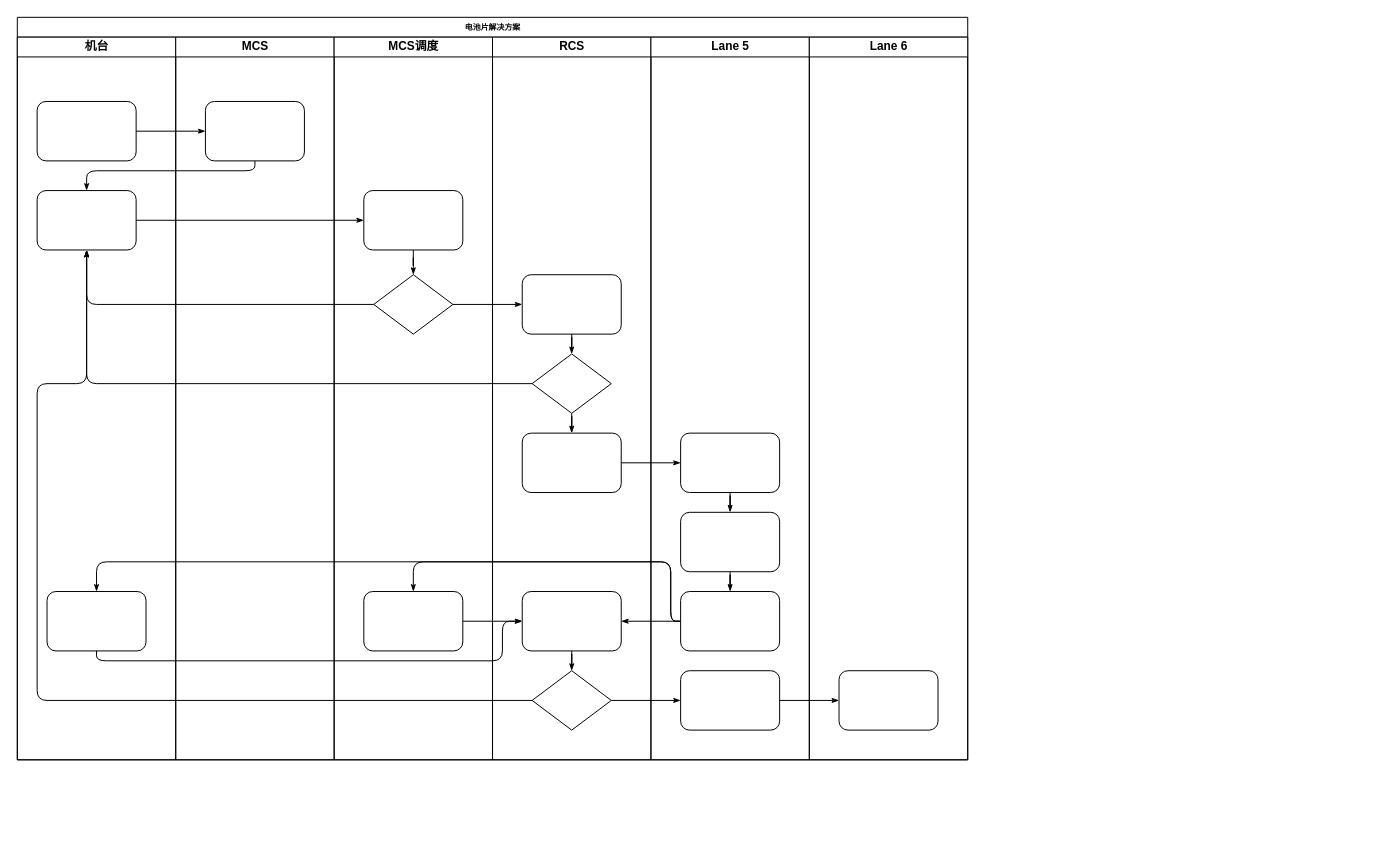
yingxuanxuan/yingxuanxuan.github.io keeps this draw.io diagram as 未命名绘图.drawio. Above is the earlier version. Source tidied: cells renumbered, new cells numbered last; positions are measured from the earlier drawing's top-left corner, leaving out a move shared by most shapes. Both pictures are drawn from the tidied source at 99%, with x=0, y=0 at pixel (17, 17).
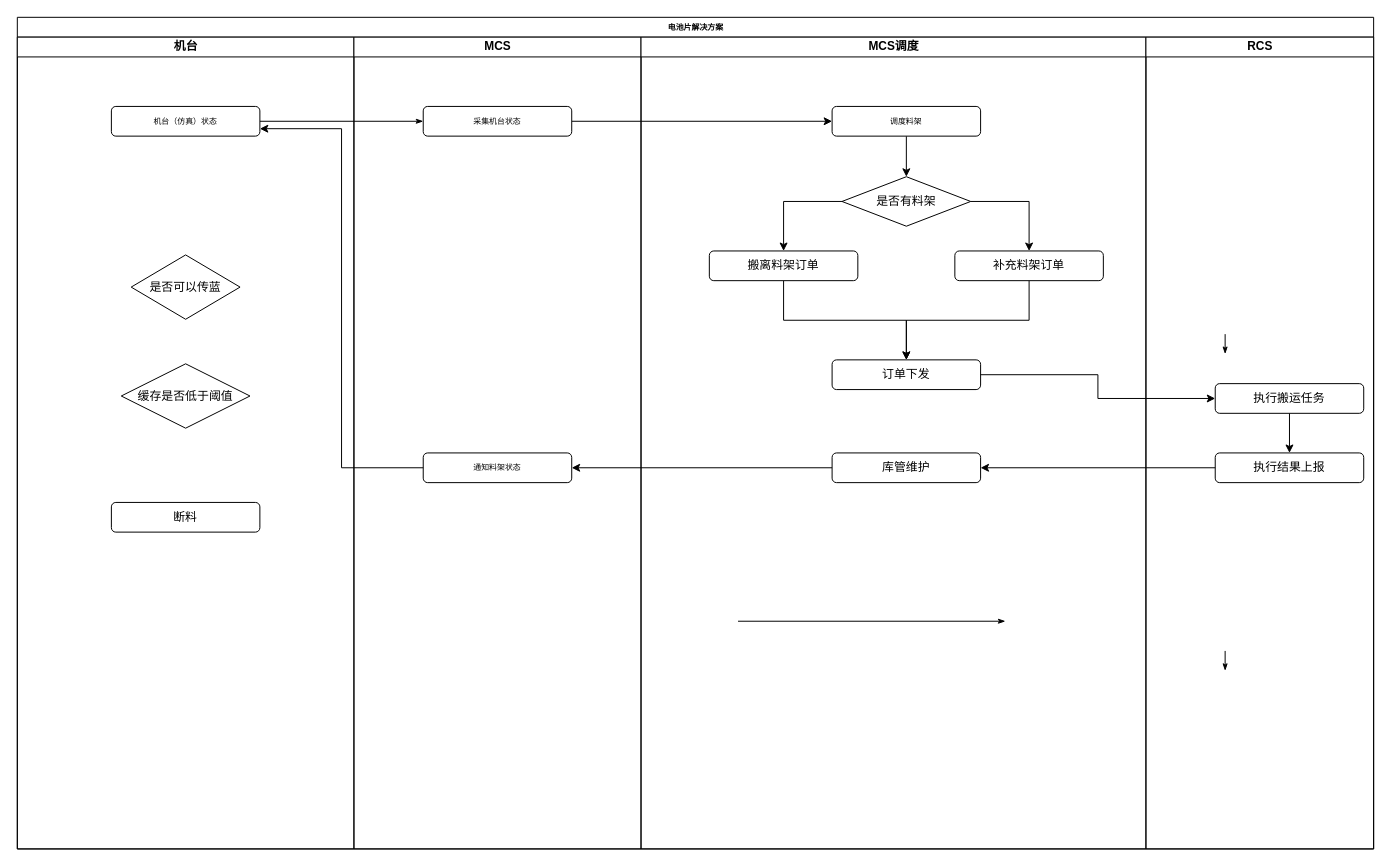
The same page after the edit.

Commit message (it also covers changes not shown here):
更新未命名绘图.drawio

The edit, as a diff of the source:
```diff
@@
     <mxCell id="2" value="电池片解决方案" style="swimlane;html=1;startSize=20;rounded=0;shadow=0;labelBackgroundColor=none;strokeWidth=1;fontFamily=Verdana;fontSize=8;align=center;" parent="1" vertex="1">
-      <mxGeometry width="960" height="750" as="geometry" />
+      <mxGeometry width="1370" height="840" as="geometry" />
     </mxCell>
+    <mxCell id="7" style="edgeStyle=orthogonalEdgeStyle;rounded=1;html=1;labelBackgroundColor=none;startArrow=none;startFill=0;startSize=5;endArrow=classicThin;endFill=1;endSize=5;jettySize=auto;strokeWidth=1;fontFamily=Verdana;fontSize=8;" parent="2" edge="1" source="4" target="23">
+      <mxGeometry relative="1" as="geometry" />
+    </mxCell>
+    <mxCell id="18" style="edgeStyle=orthogonalEdgeStyle;rounded=1;html=1;labelBackgroundColor=none;startArrow=none;startFill=0;startSize=5;endArrow=classicThin;endFill=1;endSize=5;jettySize=auto;orthogonalLoop=1;strokeColor=#000000;strokeWidth=1;fontFamily=Verdana;fontSize=8;fontColor=#000000;" parent="2" edge="1">
+      <mxGeometry relative="1" as="geometry">
+        <mxPoint x="728" y="610" as="sourcePoint" />
+        <mxPoint x="998" y="610" as="targetPoint" />
+      </mxGeometry>
+    </mxCell>
+    <mxCell id="47" style="edgeStyle=orthogonalEdgeStyle;rounded=0;jettySize=auto;html=1;exitX=1;exitY=0.5;exitDx=0;exitDy=0;entryX=0;entryY=0.5;entryDx=0;entryDy=0;" parent="2" edge="1" source="23" target="25">
+      <mxGeometry relative="1" as="geometry" />
+    </mxCell>
     <mxCell id="3" value="机台" style="swimlane;html=1;startSize=20;" parent="2" vertex="1">
-      <mxGeometry y="20" width="160" height="730" as="geometry" />
+      <mxGeometry y="20" width="340" height="820" as="geometry" />
     </mxCell>
-    <mxCell id="4" style="rounded=1;whiteSpace=wrap;html=1;shadow=0;labelBackgroundColor=none;strokeWidth=1;fontFamily=Verdana;fontSize=8;align=center;" parent="3" vertex="1">
-      <mxGeometry x="20" y="65" width="100" height="60" as="geometry" />
+    <mxCell id="4" value="机台（仿真）状态" style="rounded=1;whiteSpace=wrap;html=1;shadow=0;labelBackgroundColor=none;strokeWidth=1;fontFamily=Verdana;fontSize=8;align=center;" parent="3" vertex="1">
+      <mxGeometry x="95" y="70" width="150" height="30" as="geometry" />
     </mxCell>
-    <mxCell id="5" style="rounded=1;whiteSpace=wrap;html=1;shadow=0;labelBackgroundColor=none;strokeWidth=1;fontFamily=Verdana;fontSize=8;align=center;" parent="3" vertex="1">
-      <mxGeometry x="20" y="155" width="100" height="60" as="geometry" />
-    </mxCell>
-    <mxCell id="6" style="rounded=1;whiteSpace=wrap;html=1;shadow=0;labelBackgroundColor=none;strokeWidth=1;fontFamily=Verdana;fontSize=8;align=center;" parent="3" vertex="1">
-      <mxGeometry x="30" y="560" width="100" height="60" as="geometry" />
-    </mxCell>
-    <mxCell id="7" style="edgeStyle=orthogonalEdgeStyle;rounded=1;html=1;labelBackgroundColor=none;startArrow=none;startFill=0;startSize=5;endArrow=classicThin;endFill=1;endSize=5;jettySize=auto;strokeWidth=1;fontFamily=Verdana;fontSize=8;" parent="2" edge="1" source="4" target="23">
-      <mxGeometry relative="1" as="geometry" />
-    </mxCell>
-    <mxCell id="8" style="edgeStyle=orthogonalEdgeStyle;rounded=1;html=1;labelBackgroundColor=none;startArrow=none;startFill=0;startSize=5;endArrow=classicThin;endFill=1;endSize=5;jettySize=auto;strokeWidth=1;fontFamily=Verdana;fontSize=8;" parent="2" edge="1" source="23" target="5">
-      <mxGeometry relative="1" as="geometry">
-        <Array as="points">
-          <mxPoint x="240" y="155" />
-          <mxPoint x="70" y="155" />
-        </Array>
-      </mxGeometry>
-    </mxCell>
-    <mxCell id="9" style="edgeStyle=orthogonalEdgeStyle;rounded=1;html=1;labelBackgroundColor=none;startArrow=none;startFill=0;startSize=5;endArrow=classicThin;endFill=1;endSize=5;jettySize=auto;strokeWidth=1;fontFamily=Verdana;fontSize=8;" parent="2" edge="1" source="5" target="25">
-      <mxGeometry relative="1" as="geometry" />
-    </mxCell>
-    <mxCell id="10" style="edgeStyle=orthogonalEdgeStyle;rounded=1;html=1;labelBackgroundColor=none;startArrow=none;startFill=0;startSize=5;endArrow=classicThin;endFill=1;endSize=5;jettySize=auto;strokeWidth=1;fontFamily=Verdana;fontSize=8;" parent="2" edge="1" source="26" target="5">
-      <mxGeometry relative="1" as="geometry" />
-    </mxCell>
-    <mxCell id="11" style="edgeStyle=orthogonalEdgeStyle;rounded=1;html=1;labelBackgroundColor=none;startArrow=none;startFill=0;startSize=5;endArrow=classicThin;endFill=1;endSize=5;jettySize=auto;strokeWidth=1;fontFamily=Verdana;fontSize=8;" parent="2" edge="1" source="31" target="5">
-      <mxGeometry relative="1" as="geometry" />
-    </mxCell>
-    <mxCell id="12" style="edgeStyle=orthogonalEdgeStyle;rounded=1;html=1;labelBackgroundColor=none;startArrow=none;startFill=0;startSize=5;endArrow=classicThin;endFill=1;endSize=5;jettySize=auto;strokeWidth=1;fontFamily=Verdana;fontSize=8;" parent="2" edge="1" source="34" target="5">
-      <mxGeometry relative="1" as="geometry">
-        <Array as="points">
-          <mxPoint x="20" y="690" />
-          <mxPoint x="20" y="370" />
-          <mxPoint x="70" y="370" />
-        </Array>
-      </mxGeometry>
-    </mxCell>
-    <mxCell id="13" style="edgeStyle=orthogonalEdgeStyle;rounded=1;html=1;labelBackgroundColor=none;startArrow=none;startFill=0;startSize=5;endArrow=classicThin;endFill=1;endSize=5;jettySize=auto;strokeWidth=1;fontFamily=Verdana;fontSize=8;" parent="2" edge="1" source="26" target="30">
-      <mxGeometry relative="1" as="geometry" />
-    </mxCell>
-    <mxCell id="14" style="edgeStyle=orthogonalEdgeStyle;rounded=1;html=1;labelBackgroundColor=none;startArrow=none;startFill=0;startSize=5;endArrow=classicThin;endFill=1;endSize=5;jettySize=auto;strokeWidth=1;fontFamily=Verdana;fontSize=8;" parent="2" edge="1" source="34" target="42">
-      <mxGeometry relative="1" as="geometry" />
-    </mxCell>
-    <mxCell id="15" style="edgeStyle=orthogonalEdgeStyle;rounded=1;html=1;labelBackgroundColor=none;startArrow=none;startFill=0;startSize=5;endArrow=classicThin;endFill=1;endSize=5;jettySize=auto;strokeWidth=1;fontFamily=Verdana;fontSize=8;" parent="2" edge="1" source="42" target="46">
-      <mxGeometry relative="1" as="geometry" />
-    </mxCell>
-    <mxCell id="16" style="edgeStyle=orthogonalEdgeStyle;rounded=1;html=1;labelBackgroundColor=none;startArrow=none;startFill=0;startSize=5;endArrow=classicThin;endFill=1;endSize=5;jettySize=auto;strokeWidth=1;fontFamily=Verdana;fontSize=8;" parent="2" edge="1" source="32" target="39">
-      <mxGeometry relative="1" as="geometry" />
-    </mxCell>
-    <mxCell id="17" style="edgeStyle=orthogonalEdgeStyle;rounded=1;html=1;labelBackgroundColor=none;startArrow=none;startFill=0;startSize=5;endArrow=classicThin;endFill=1;endSize=5;jettySize=auto;strokeWidth=1;fontFamily=Verdana;fontSize=8;" parent="2" edge="1" source="41" target="27">
-      <mxGeometry relative="1" as="geometry">
-        <Array as="points">
-          <mxPoint x="660" y="610" />
-          <mxPoint x="660" y="550" />
-          <mxPoint x="400" y="550" />
-        </Array>
-      </mxGeometry>
-    </mxCell>
-    <mxCell id="18" style="edgeStyle=orthogonalEdgeStyle;rounded=1;html=1;labelBackgroundColor=none;startArrow=none;startFill=0;startSize=5;endArrow=classicThin;endFill=1;endSize=5;jettySize=auto;strokeColor=#000000;strokeWidth=1;fontFamily=Verdana;fontSize=8;fontColor=#000000;" parent="2" edge="1" source="41" target="33">
-      <mxGeometry relative="1" as="geometry" />
-    </mxCell>
-    <mxCell id="19" style="edgeStyle=orthogonalEdgeStyle;rounded=1;html=1;labelBackgroundColor=none;startArrow=none;startFill=0;startSize=5;endArrow=classicThin;endFill=1;endSize=5;jettySize=auto;strokeWidth=1;fontFamily=Verdana;fontSize=8;" parent="2" edge="1" source="41" target="6">
-      <mxGeometry relative="1" as="geometry">
-        <Array as="points">
-          <mxPoint x="660" y="610" />
-          <mxPoint x="660" y="550" />
-          <mxPoint x="80" y="550" />
-        </Array>
-      </mxGeometry>
-    </mxCell>
-    <mxCell id="20" style="edgeStyle=orthogonalEdgeStyle;rounded=1;html=1;labelBackgroundColor=none;startArrow=none;startFill=0;startSize=5;endArrow=classicThin;endFill=1;endSize=5;jettySize=auto;strokeWidth=1;fontFamily=Verdana;fontSize=8;" parent="2" edge="1" source="6" target="33">
-      <mxGeometry relative="1" as="geometry">
-        <Array as="points">
-          <mxPoint x="80" y="650" />
-          <mxPoint x="490" y="650" />
-          <mxPoint x="490" y="610" />
-        </Array>
-      </mxGeometry>
-    </mxCell>
-    <mxCell id="21" style="edgeStyle=orthogonalEdgeStyle;rounded=1;html=1;labelBackgroundColor=none;startArrow=none;startFill=0;startSize=5;endArrow=classicThin;endFill=1;endSize=5;jettySize=auto;strokeWidth=1;fontFamily=Verdana;fontSize=8;" parent="2" edge="1" source="27" target="33">
-      <mxGeometry relative="1" as="geometry" />
-    </mxCell>
+    <mxCell id="48" value="缓存是否低于阈值" style="rhombus;whiteSpace=wrap;html=1;" parent="3" vertex="1">
+      <mxGeometry x="105" y="330" width="130" height="65" as="geometry" />
+    </mxCell>
+    <mxCell id="49" value="断料" style="rounded=1;whiteSpace=wrap;html=1;" parent="3" vertex="1">
+      <mxGeometry x="95" y="470" width="150" height="30" as="geometry" />
+    </mxCell>
+    <mxCell id="50" value="是否可以传蓝" style="rhombus;whiteSpace=wrap;html=1;" parent="3" vertex="1">
+      <mxGeometry x="115" y="220" width="110" height="65" as="geometry" />
+    </mxCell>
     <mxCell id="22" value="MCS" style="swimlane;html=1;startSize=20;" parent="2" vertex="1">
-      <mxGeometry x="160" y="20" width="160" height="730" as="geometry" />
+      <mxGeometry x="340" y="20" width="290" height="820" as="geometry" />
     </mxCell>
-    <mxCell id="23" style="rounded=1;whiteSpace=wrap;html=1;shadow=0;labelBackgroundColor=none;strokeWidth=1;fontFamily=Verdana;fontSize=8;align=center;" parent="22" vertex="1">
-      <mxGeometry x="30" y="65" width="100" height="60" as="geometry" />
+    <mxCell id="23" value="采集机台状态" style="rounded=1;whiteSpace=wrap;html=1;shadow=0;labelBackgroundColor=none;strokeWidth=1;fontFamily=Verdana;fontSize=8;align=center;" parent="22" vertex="1">
+      <mxGeometry x="70" y="70" width="150" height="30" as="geometry" />
     </mxCell>
+    <mxCell id="51" value="通知料架状态" style="rounded=1;whiteSpace=wrap;html=1;shadow=0;labelBackgroundColor=none;strokeWidth=1;fontFamily=Verdana;fontSize=8;align=center;" parent="22" vertex="1">
+      <mxGeometry x="70" y="420" width="150" height="30" as="geometry" />
+    </mxCell>
     <mxCell id="24" value="MCS调度" style="swimlane;html=1;startSize=20;" parent="2" vertex="1">
-      <mxGeometry x="320" y="20" width="160" height="730" as="geometry" />
+      <mxGeometry x="630" y="20" width="510" height="820" as="geometry" />
     </mxCell>
+    <mxCell id="52" style="edgeStyle=orthogonalEdgeStyle;rounded=0;jettySize=auto;html=1;exitX=0.5;exitY=1;exitDx=0;exitDy=0;entryX=0.5;entryY=0;entryDx=0;entryDy=0;" parent="24" edge="1" source="25" target="57">
+      <mxGeometry relative="1" as="geometry" />
+    </mxCell>
-    <mxCell id="25" style="rounded=1;whiteSpace=wrap;html=1;shadow=0;labelBackgroundColor=none;strokeWidth=1;fontFamily=Verdana;fontSize=8;align=center;" parent="24" vertex="1">
-      <mxGeometry x="30" y="155" width="100" height="60" as="geometry" />
+    <mxCell id="25" value="调度料架" style="rounded=1;whiteSpace=wrap;html=1;shadow=0;labelBackgroundColor=none;strokeWidth=1;fontFamily=Verdana;fontSize=8;align=center;" parent="24" vertex="1">
+      <mxGeometry x="193" y="70" width="150" height="30" as="geometry" />
     </mxCell>
-    <mxCell id="26" style="rhombus;whiteSpace=wrap;html=1;rounded=0;shadow=0;labelBackgroundColor=none;strokeWidth=1;fontFamily=Verdana;fontSize=8;align=center;" parent="24" vertex="1">
-      <mxGeometry x="40" y="240" width="80" height="60" as="geometry" />
-    </mxCell>
-    <mxCell id="27" style="rounded=1;whiteSpace=wrap;html=1;shadow=0;labelBackgroundColor=none;strokeWidth=1;fontFamily=Verdana;fontSize=8;align=center;" parent="24" vertex="1">
-      <mxGeometry x="30" y="560" width="100" height="60" as="geometry" />
-    </mxCell>
-    <mxCell id="28" style="edgeStyle=orthogonalEdgeStyle;rounded=1;html=1;labelBackgroundColor=none;startArrow=none;startFill=0;startSize=5;endArrow=classicThin;endFill=1;endSize=5;jettySize=auto;strokeWidth=1;fontFamily=Verdana;fontSize=8;" parent="24" edge="1" source="25" target="26">
-      <mxGeometry relative="1" as="geometry" />
-    </mxCell>
+    <mxCell id="53" style="edgeStyle=orthogonalEdgeStyle;rounded=0;jettySize=auto;html=1;" parent="24" edge="1" source="54" target="60">
+      <mxGeometry relative="1" as="geometry" />
+    </mxCell>
+    <mxCell id="54" value="补充料架订单" style="rounded=1;whiteSpace=wrap;html=1;" parent="24" vertex="1">
+      <mxGeometry x="317" y="216" width="150" height="30" as="geometry" />
+    </mxCell>
+    <mxCell id="55" style="edgeStyle=orthogonalEdgeStyle;rounded=0;jettySize=auto;html=1;exitX=1;exitY=0.5;exitDx=0;exitDy=0;entryX=0.5;entryY=0;entryDx=0;entryDy=0;" parent="24" edge="1" source="57" target="54">
+      <mxGeometry relative="1" as="geometry" />
+    </mxCell>
+    <mxCell id="56" style="edgeStyle=orthogonalEdgeStyle;rounded=0;jettySize=auto;html=1;exitX=0;exitY=0.5;exitDx=0;exitDy=0;" parent="24" edge="1" source="57" target="59">
+      <mxGeometry relative="1" as="geometry" />
+    </mxCell>
+    <mxCell id="57" value="是否有料架" style="rhombus;whiteSpace=wrap;html=1;" parent="24" vertex="1">
+      <mxGeometry x="203" y="141" width="130" height="50" as="geometry" />
+    </mxCell>
+    <mxCell id="58" style="edgeStyle=orthogonalEdgeStyle;rounded=0;jettySize=auto;html=1;" parent="24" edge="1" source="59" target="60">
+      <mxGeometry relative="1" as="geometry" />
+    </mxCell>
+    <mxCell id="59" value="搬离料架订单" style="rounded=1;whiteSpace=wrap;html=1;" parent="24" vertex="1">
+      <mxGeometry x="69" y="216" width="150" height="30" as="geometry" />
+    </mxCell>
+    <mxCell id="60" value="订单下发" style="rounded=1;whiteSpace=wrap;html=1;" parent="24" vertex="1">
+      <mxGeometry x="193" y="326" width="150" height="30" as="geometry" />
+    </mxCell>
+    <mxCell id="61" value="库管维护" style="rounded=1;whiteSpace=wrap;html=1;" parent="24" vertex="1">
+      <mxGeometry x="193" y="420" width="150" height="30" as="geometry" />
+    </mxCell>
     <mxCell id="29" value="RCS" style="swimlane;html=1;startSize=20;" parent="2" vertex="1">
-      <mxGeometry x="480" y="20" width="160" height="730" as="geometry" />
+      <mxGeometry x="1140" y="20" width="230" height="820" as="geometry" />
     </mxCell>
-    <mxCell id="30" style="rounded=1;whiteSpace=wrap;html=1;shadow=0;labelBackgroundColor=none;strokeWidth=1;fontFamily=Verdana;fontSize=8;align=center;" parent="29" vertex="1">
-      <mxGeometry x="30" y="240" width="100" height="60" as="geometry" />
-    </mxCell>
-    <mxCell id="31" style="rhombus;whiteSpace=wrap;html=1;rounded=0;shadow=0;labelBackgroundColor=none;strokeWidth=1;fontFamily=Verdana;fontSize=8;align=center;" parent="29" vertex="1">
-      <mxGeometry x="40" y="320" width="80" height="60" as="geometry" />
-    </mxCell>
-    <mxCell id="32" style="rounded=1;whiteSpace=wrap;html=1;shadow=0;labelBackgroundColor=none;strokeWidth=1;fontFamily=Verdana;fontSize=8;align=center;" parent="29" vertex="1">
-      <mxGeometry x="30" y="400" width="100" height="60" as="geometry" />
-    </mxCell>
-    <mxCell id="33" style="rounded=1;whiteSpace=wrap;html=1;shadow=0;labelBackgroundColor=none;strokeWidth=1;fontFamily=Verdana;fontSize=8;align=center;" parent="29" vertex="1">
-      <mxGeometry x="30" y="560" width="100" height="60" as="geometry" />
-    </mxCell>
-    <mxCell id="34" style="rhombus;whiteSpace=wrap;html=1;rounded=0;shadow=0;labelBackgroundColor=none;strokeWidth=1;fontFamily=Verdana;fontSize=8;align=center;" parent="29" vertex="1">
-      <mxGeometry x="40" y="640" width="80" height="60" as="geometry" />
-    </mxCell>
-    <mxCell id="35" style="edgeStyle=orthogonalEdgeStyle;rounded=1;html=1;labelBackgroundColor=none;startArrow=none;startFill=0;startSize=5;endArrow=classicThin;endFill=1;endSize=5;jettySize=auto;strokeColor=#000000;strokeWidth=1;fontFamily=Verdana;fontSize=8;fontColor=#000000;" parent="29" edge="1" source="30" target="31">
-      <mxGeometry relative="1" as="geometry" />
+    <mxCell id="35" style="edgeStyle=orthogonalEdgeStyle;rounded=1;html=1;labelBackgroundColor=none;startArrow=none;startFill=0;startSize=5;endArrow=classicThin;endFill=1;endSize=5;jettySize=auto;orthogonalLoop=1;strokeColor=#000000;strokeWidth=1;fontFamily=Verdana;fontSize=8;fontColor=#000000;" parent="29" edge="1">
+      <mxGeometry relative="1" as="geometry">
+        <mxPoint x="80" y="300" as="sourcePoint" />
+        <mxPoint x="80" y="320" as="targetPoint" />
+      </mxGeometry>
     </mxCell>
-    <mxCell id="36" style="edgeStyle=orthogonalEdgeStyle;rounded=1;html=1;labelBackgroundColor=none;startArrow=none;startFill=0;startSize=5;endArrow=classicThin;endFill=1;endSize=5;jettySize=auto;strokeWidth=1;fontFamily=Verdana;fontSize=8;" parent="29" edge="1" source="31" target="32">
-      <mxGeometry relative="1" as="geometry" />
-    </mxCell>
-    <mxCell id="37" style="edgeStyle=orthogonalEdgeStyle;rounded=1;html=1;labelBackgroundColor=none;startArrow=none;startFill=0;startSize=5;endArrow=classicThin;endFill=1;endSize=5;jettySize=auto;strokeWidth=1;fontFamily=Verdana;fontSize=8;" parent="29" edge="1" source="33" target="34">
-      <mxGeometry relative="1" as="geometry" />
+    <mxCell id="37" style="edgeStyle=orthogonalEdgeStyle;rounded=1;html=1;labelBackgroundColor=none;startArrow=none;startFill=0;startSize=5;endArrow=classicThin;endFill=1;endSize=5;jettySize=auto;orthogonalLoop=1;strokeWidth=1;fontFamily=Verdana;fontSize=8;" parent="29" edge="1">
+      <mxGeometry relative="1" as="geometry">
+        <mxPoint x="80" y="620" as="sourcePoint" />
+        <mxPoint x="80" y="640" as="targetPoint" />
+      </mxGeometry>
     </mxCell>
-    <mxCell id="38" value="Lane 5" style="swimlane;html=1;startSize=20;" parent="2" vertex="1">
-      <mxGeometry x="640" y="20" width="160" height="730" as="geometry" />
-    </mxCell>
-    <mxCell id="39" style="rounded=1;whiteSpace=wrap;html=1;shadow=0;labelBackgroundColor=none;strokeWidth=1;fontFamily=Verdana;fontSize=8;align=center;" parent="38" vertex="1">
-      <mxGeometry x="30" y="400" width="100" height="60" as="geometry" />
-    </mxCell>
-    <mxCell id="40" style="rounded=1;whiteSpace=wrap;html=1;shadow=0;labelBackgroundColor=none;strokeWidth=1;fontFamily=Verdana;fontSize=8;align=center;" parent="38" vertex="1">
-      <mxGeometry x="30" y="480" width="100" height="60" as="geometry" />
-    </mxCell>
-    <mxCell id="41" style="rounded=1;whiteSpace=wrap;html=1;shadow=0;labelBackgroundColor=none;strokeWidth=1;fontFamily=Verdana;fontSize=8;align=center;" parent="38" vertex="1">
-      <mxGeometry x="30" y="560" width="100" height="60" as="geometry" />
-    </mxCell>
-    <mxCell id="42" style="rounded=1;whiteSpace=wrap;html=1;shadow=0;labelBackgroundColor=none;strokeWidth=1;fontFamily=Verdana;fontSize=8;align=center;" parent="38" vertex="1">
-      <mxGeometry x="30" y="640" width="100" height="60" as="geometry" />
-    </mxCell>
-    <mxCell id="43" style="edgeStyle=orthogonalEdgeStyle;rounded=1;html=1;labelBackgroundColor=none;startArrow=none;startFill=0;startSize=5;endArrow=classicThin;endFill=1;endSize=5;jettySize=auto;strokeWidth=1;fontFamily=Verdana;fontSize=8;" parent="38" edge="1" source="39" target="40">
-      <mxGeometry relative="1" as="geometry" />
-    </mxCell>
-    <mxCell id="44" style="edgeStyle=orthogonalEdgeStyle;rounded=1;html=1;labelBackgroundColor=none;startArrow=none;startFill=0;startSize=5;endArrow=classicThin;endFill=1;endSize=5;jettySize=auto;strokeWidth=1;fontFamily=Verdana;fontSize=8;" parent="38" edge="1" source="40" target="41">
-      <mxGeometry relative="1" as="geometry" />
-    </mxCell>
-    <mxCell id="45" value="Lane 6" style="swimlane;html=1;startSize=20;" parent="2" vertex="1">
-      <mxGeometry x="800" y="20" width="160" height="730" as="geometry" />
-    </mxCell>
-    <mxCell id="46" style="rounded=1;whiteSpace=wrap;html=1;shadow=0;labelBackgroundColor=none;strokeWidth=1;fontFamily=Verdana;fontSize=8;align=center;" parent="45" vertex="1">
-      <mxGeometry x="30" y="640" width="100" height="60" as="geometry" />
-    </mxCell>
+    <mxCell id="62" style="edgeStyle=orthogonalEdgeStyle;rounded=0;jettySize=auto;html=1;" parent="29" edge="1" source="63" target="64">
+      <mxGeometry relative="1" as="geometry" />
+    </mxCell>
+    <mxCell id="63" value="执行搬运任务" style="rounded=1;whiteSpace=wrap;html=1;" parent="29" vertex="1">
+      <mxGeometry x="70" y="350" width="150" height="30" as="geometry" />
+    </mxCell>
+    <mxCell id="64" value="执行结果上报" style="rounded=1;whiteSpace=wrap;html=1;" parent="29" vertex="1">
+      <mxGeometry x="70" y="420" width="150" height="30" as="geometry" />
+    </mxCell>
+    <mxCell id="65" style="edgeStyle=orthogonalEdgeStyle;rounded=0;jettySize=auto;html=1;exitX=1;exitY=0.5;exitDx=0;exitDy=0;" parent="2" edge="1" source="60" target="63">
+      <mxGeometry relative="1" as="geometry" />
+    </mxCell>
+    <mxCell id="66" style="edgeStyle=orthogonalEdgeStyle;rounded=0;jettySize=auto;html=1;entryX=1;entryY=0.5;entryDx=0;entryDy=0;" parent="2" edge="1" source="64" target="61">
+      <mxGeometry relative="1" as="geometry" />
+    </mxCell>
+    <mxCell id="67" style="edgeStyle=orthogonalEdgeStyle;rounded=0;jettySize=auto;html=1;entryX=1;entryY=0.5;entryDx=0;entryDy=0;" parent="2" edge="1" source="61" target="51">
+      <mxGeometry relative="1" as="geometry" />
+    </mxCell>
+    <mxCell id="68" style="edgeStyle=orthogonalEdgeStyle;rounded=0;jettySize=auto;html=1;entryX=1;entryY=0.75;entryDx=0;entryDy=0;" parent="2" edge="1" source="51" target="4">
+      <mxGeometry relative="1" as="geometry" />
+    </mxCell>
```
